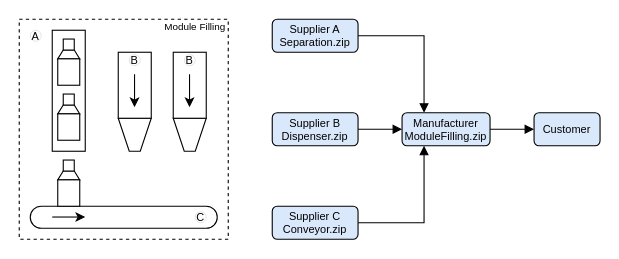
Above: page "UseCaseDataStructure" (7 of 11) of 0_Master Thesis/Bilder.drawio in gd8213/MasterThesis (draw.io), before the change. Source tidied: cells renumbered, new cells numbered last; positions are measured from the earlier drawing's top-left corner, leaving out a move shared by most shapes. Both pictures are drawn from the tidied source at 110%, with x=0, y=0 at pixel (19, 19).
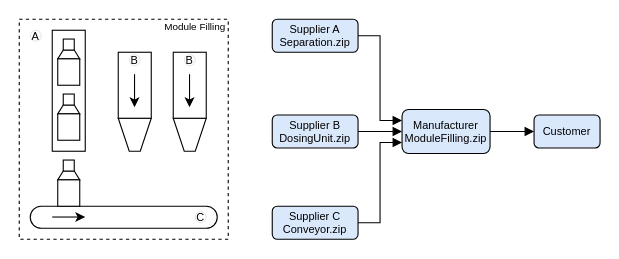
Above is the later version.

The change refers to these unchanged cells:
```xml
<mxCell id="35" value="Supplier A&lt;br&gt;Separation.zip" style="rounded=1;whiteSpace=wrap;html=1;fontSize=10;fillColor=#dae8fc;strokeColor=#000000;" parent="1" vertex="1">
  <mxGeometry x="230" width="78" height="30" as="geometry" />
</mxCell>
<mxCell id="39" value="Supplier C&lt;br&gt;Conveyor.zip" style="rounded=1;whiteSpace=wrap;html=1;fontSize=10;fillColor=#dae8fc;strokeColor=#000000;" parent="1" vertex="1">
  <mxGeometry x="230" y="170" width="78" height="30" as="geometry" />
</mxCell>
```

The edit, as a diff of the source:
```diff
@@
-    <mxCell id="34" style="edgeStyle=orthogonalEdgeStyle;rounded=0;jettySize=auto;html=1;entryX=0.25;entryY=0;entryDx=0;entryDy=0;fontSize=9;endArrow=block;endFill=1;" parent="1" edge="1" source="35" target="41">
+    <mxCell id="34" style="edgeStyle=orthogonalEdgeStyle;rounded=0;jettySize=auto;html=1;entryX=0;entryY=0.25;entryDx=0;entryDy=0;fontSize=9;endArrow=block;endFill=1;" parent="1" edge="1" source="35" target="41">
       <mxGeometry relative="1" as="geometry" />
     </mxCell>
@@
-    <mxCell id="37" value="Supplier B&lt;br&gt;Dispenser.zip" style="rounded=1;whiteSpace=wrap;html=1;fontSize=10;fillColor=#dae8fc;strokeColor=#000000;" parent="1" vertex="1">
-      <mxGeometry x="230" y="85" width="78" height="30" as="geometry" />
+    <mxCell id="37" value="Supplier B&lt;br&gt;DosingUnit.zip" style="rounded=1;whiteSpace=wrap;html=1;fontSize=10;fillColor=#dae8fc;strokeColor=#000000;" parent="1" vertex="1">
+      <mxGeometry x="230" y="87" width="78" height="30" as="geometry" />
     </mxCell>
-    <mxCell id="38" style="rounded=0;jettySize=auto;html=1;entryX=0.25;entryY=1;entryDx=0;entryDy=0;fontSize=9;endArrow=block;endFill=1;edgeStyle=orthogonalEdgeStyle;elbow=vertical;" parent="1" edge="1" source="39" target="41">
+    <mxCell id="38" style="rounded=0;jettySize=auto;html=1;entryX=0;entryY=0.75;entryDx=0;entryDy=0;fontSize=9;endArrow=block;endFill=1;edgeStyle=orthogonalEdgeStyle;elbow=vertical;" parent="1" edge="1" source="39" target="41">
       <mxGeometry relative="1" as="geometry" />
     </mxCell>
@@
     <mxCell id="41" value="Manufacturer&lt;br&gt;ModuleFilling.zip" style="rounded=1;whiteSpace=wrap;html=1;fontSize=10;fillColor=#dae8fc;strokeColor=#000000;" parent="1" vertex="1">
-      <mxGeometry x="348" y="85" width="80" height="30" as="geometry" />
+      <mxGeometry x="348" y="82" width="80" height="40" as="geometry" />
     </mxCell>
     <mxCell id="42" value="Customer" style="rounded=1;whiteSpace=wrap;html=1;fontSize=10;fillColor=#dae8fc;strokeColor=#000000;" parent="1" vertex="1">
-      <mxGeometry x="468" y="85" width="60" height="30" as="geometry" />
+      <mxGeometry x="468" y="87" width="60" height="30" as="geometry" />
     </mxCell>
```
